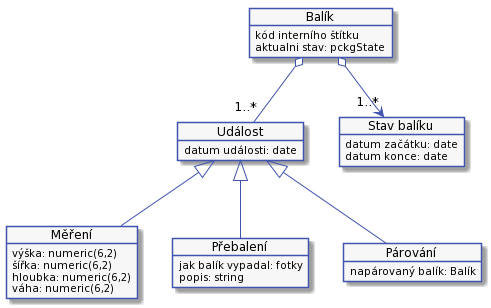
Before: docs/diagrams/out/arch-02.png, a diagram exported from PlantUML (Internet-Handel/postman).
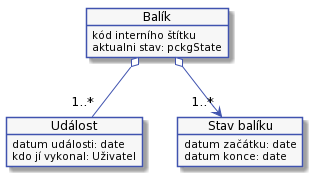
The same diagram one commit later.

Commit message:
popis udalosti baliku

Diff of the diagram source:
```diff
@@ -70,25 +70,7 @@
 object "Událost" as event
 object event {
     datum události: date
-}
-
-object "Měření" as measurement
-object measurement {
-    výška: numeric(6,2)
-    šířka: numeric(6,2)
-    hloubka: numeric(6,2)
-    váha: numeric(6,2)
-}
-
-object "Přebalení" as wrapping
-object wrapping {
-    jak balík vypadal: fotky
-    popis: string
-}
-
-object "Párování" as duplicity
-object duplicity {
-    napárovaný balík: Balík
+    kdo jí vykonal: Uživatel
 }
 
 object "Stav balíku" as pckgState
@@ -100,7 +82,4 @@
 pckg o--> "1..*" pckgState
 
 pckg o--  "1..*" event
-event <|-- measurement
-event <|-- wrapping
-event <|-- duplicity
 @enduml
```
